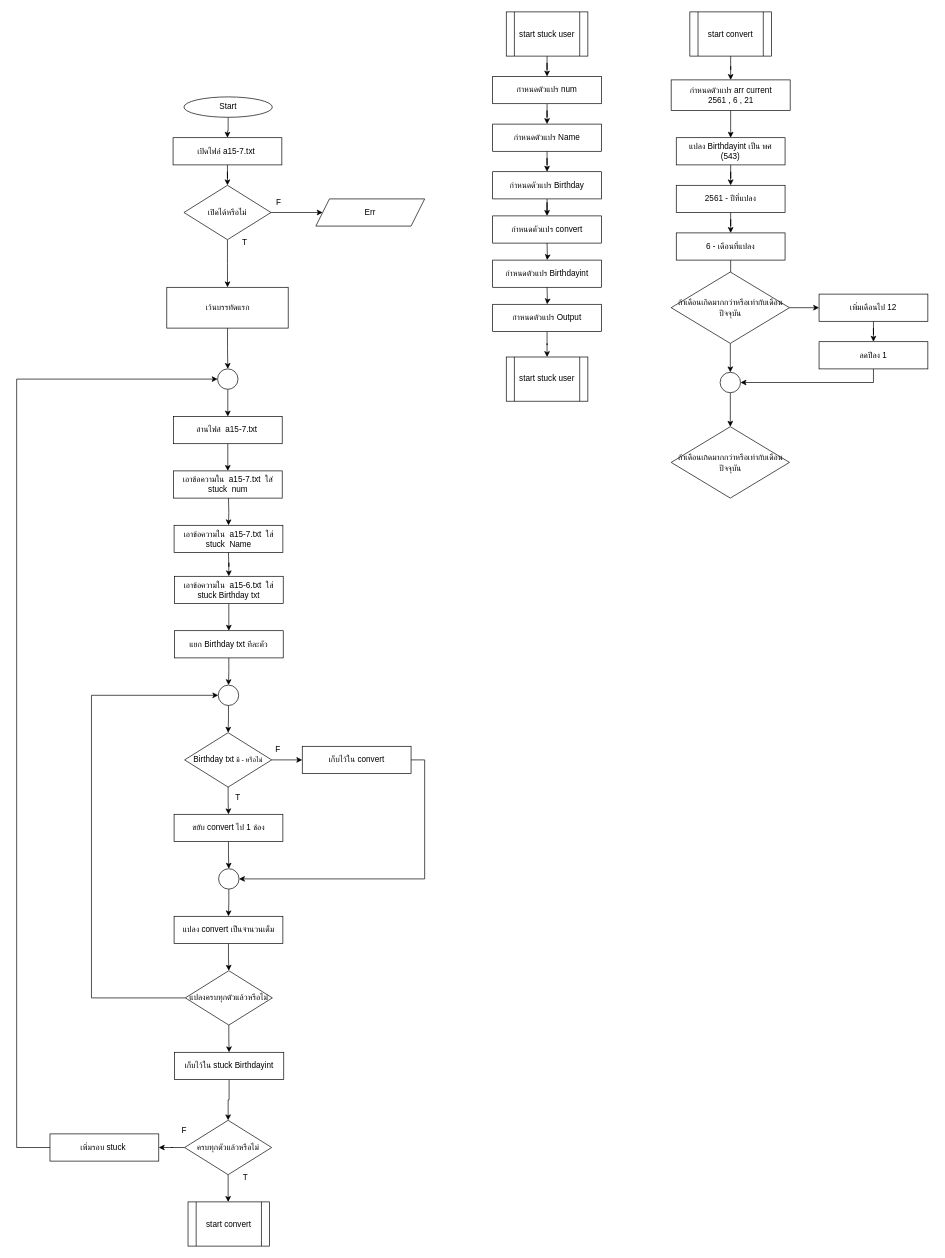
This is HW/HW15/hw15-7/hw15-7.drawio from aphiwat-window/ENGCE117, a draw.io file, before an edit. Source tidied: cells renumbered, new cells numbered last; positions are measured from the earlier drawing's top-left corner, leaving out a move shared by most shapes. Both pictures are drawn from the tidied source at 68%, with x=0, y=0 at pixel (16, 12).
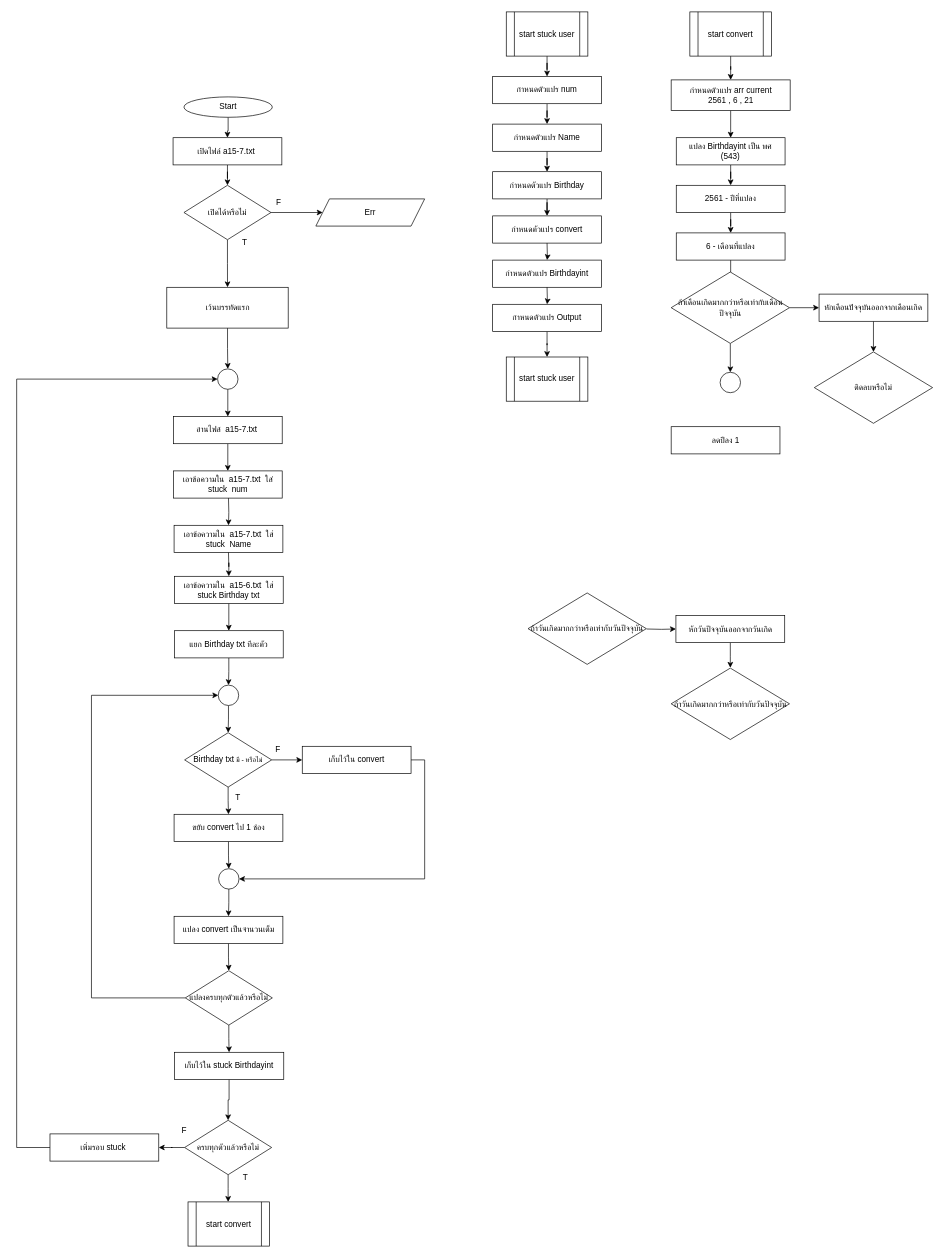
The same diagram, later.

The change refers to these unchanged cells:
```xml
<mxCell id="88" style="ellipse;whiteSpace=wrap;html=1;" parent="1" vertex="1">
  <mxGeometry x="1034.5" y="530" width="30" height="30" as="geometry" />
</mxCell>
```

Change to the diagram source:
```diff
@@
-    <mxCell id="82" style="edgeStyle=orthogonalEdgeStyle;rounded=0;jettySize=auto;html=1;" parent="1" edge="1" source="83" target="85">
-      <mxGeometry relative="1" as="geometry" />
-    </mxCell>
+    <mxCell id="89" style="edgeStyle=orthogonalEdgeStyle;rounded=0;jettySize=auto;html=1;" parent="1" edge="1" source="83" target="94">
+      <mxGeometry relative="1" as="geometry" />
+    </mxCell>
-    <mxCell id="83" value="เพิ่มเดือนไป 12" style="rounded=0;whiteSpace=wrap;html=1;" parent="1" vertex="1">
+    <mxCell id="83" value="หักเดือนปัจจุบันออกจากเดือนเกิด" style="rounded=0;whiteSpace=wrap;html=1;" parent="1" vertex="1">
       <mxGeometry x="1180" y="415" width="160" height="40" as="geometry" />
     </mxCell>
-    <mxCell id="84" style="edgeStyle=orthogonalEdgeStyle;rounded=0;jettySize=auto;html=1;entryX=1;entryY=0.5;entryDx=0;entryDy=0;" parent="1" edge="1" source="85" target="88">
-      <mxGeometry relative="1" as="geometry">
-        <Array as="points">
-          <mxPoint x="1260" y="545" />
-        </Array>
-      </mxGeometry>
-    </mxCell>
     <mxCell id="85" value="ลดปีลง 1" style="rounded=0;whiteSpace=wrap;html=1;" parent="1" vertex="1">
-      <mxGeometry x="1180" y="485" width="160" height="40" as="geometry" />
+      <mxGeometry x="962.5" y="610" width="160" height="40" as="geometry" />
     </mxCell>
-    <mxCell id="86" value="ถ้าเดือนเกิดมากกว่าหรือเท่ากับเดือนปัจจุบัน" style="rhombus;whiteSpace=wrap;html=1;" parent="1" vertex="1">
-      <mxGeometry x="962.5" y="610" width="174" height="105" as="geometry" />
+    <mxCell id="86" value="ถ้าวันเกิดมากกว่าหรือเท่ากับวันปัจจุบัน" style="rhombus;whiteSpace=wrap;html=1;" parent="1" vertex="1">
+      <mxGeometry x="752" y="854.5" width="174" height="105" as="geometry" />
     </mxCell>
-    <mxCell id="87" style="edgeStyle=orthogonalEdgeStyle;rounded=0;jettySize=auto;html=1;" parent="1" edge="1" source="88" target="86">
-      <mxGeometry relative="1" as="geometry" />
-    </mxCell>
@@
+    <mxCell id="90" style="edgeStyle=orthogonalEdgeStyle;rounded=0;jettySize=auto;html=1;" parent="1" edge="1" target="92">
+      <mxGeometry relative="1" as="geometry">
+        <mxPoint x="926.5" y="907.5" as="sourcePoint" />
+      </mxGeometry>
+    </mxCell>
+    <mxCell id="91" style="edgeStyle=orthogonalEdgeStyle;rounded=0;jettySize=auto;html=1;" parent="1" edge="1" source="92">
+      <mxGeometry relative="1" as="geometry">
+        <mxPoint x="1049.5" y="964.5" as="targetPoint" />
+      </mxGeometry>
+    </mxCell>
+    <mxCell id="92" value="หักวันปัจจุบันออกจากวันเกิด" style="rounded=0;whiteSpace=wrap;html=1;" parent="1" vertex="1">
+      <mxGeometry x="969.5" y="887.5" width="160" height="40" as="geometry" />
+    </mxCell>
+    <mxCell id="93" value="ถ้าวันเกิดมากกว่าหรือเท่ากับวันปัจจุบัน" style="rhombus;whiteSpace=wrap;html=1;" parent="1" vertex="1">
+      <mxGeometry x="962.5" y="965" width="174" height="105" as="geometry" />
+    </mxCell>
+    <mxCell id="94" value="ติดลบหรือไม่" style="rhombus;whiteSpace=wrap;html=1;" parent="1" vertex="1">
+      <mxGeometry x="1173" y="500" width="174" height="105" as="geometry" />
+    </mxCell>
```
